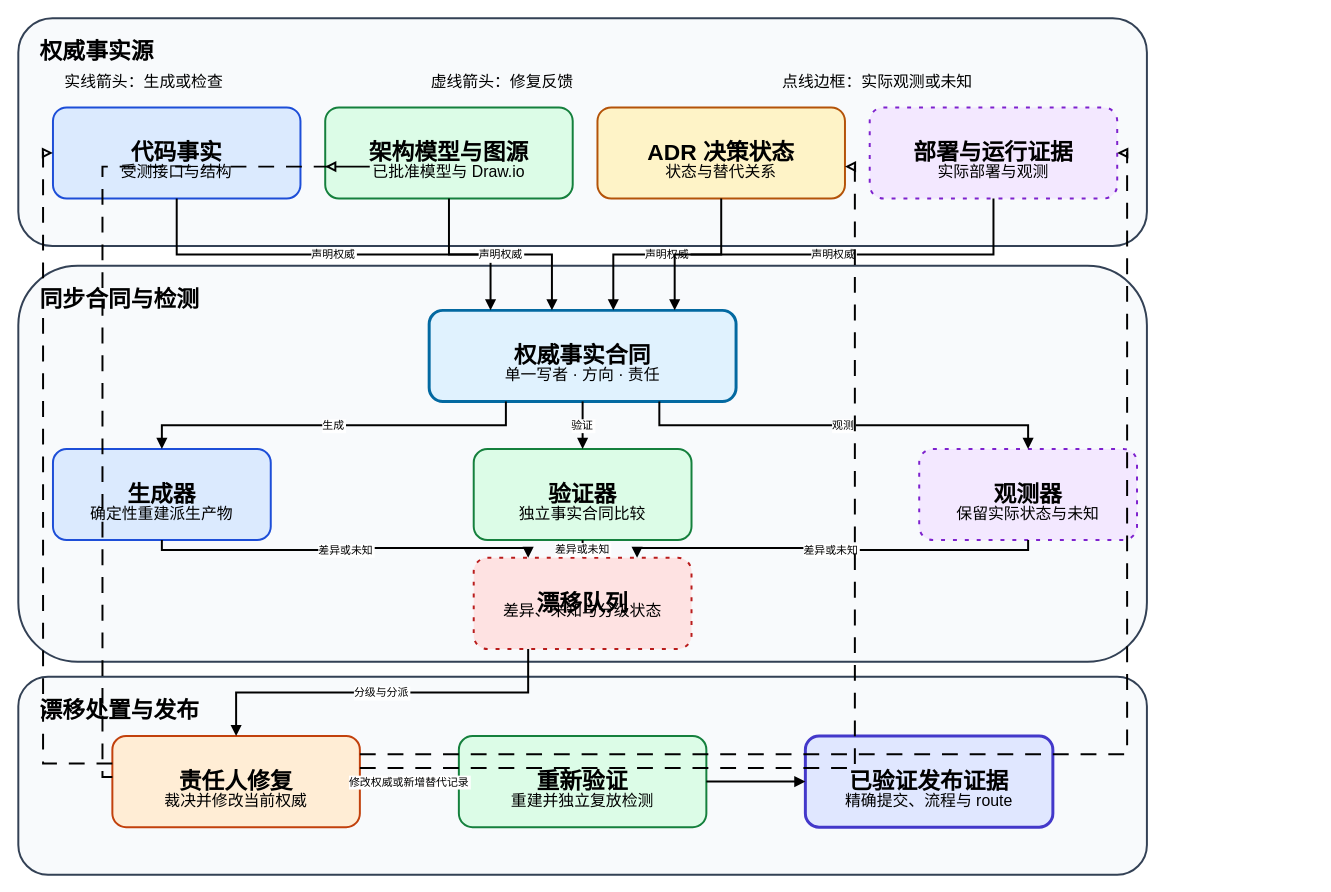
This is diagrams/mod-13-authority-drift-loop.drawio from sealday/tego-arch, a draw.io file, before an edit. Source tidied: cells renumbered, new cells numbered last; positions are measured from the earlier drawing's top-left corner, leaving out a move shared by most shapes. Both pictures are drawn from the tidied source at 99%, with x=0, y=0 at pixel (18, 18).
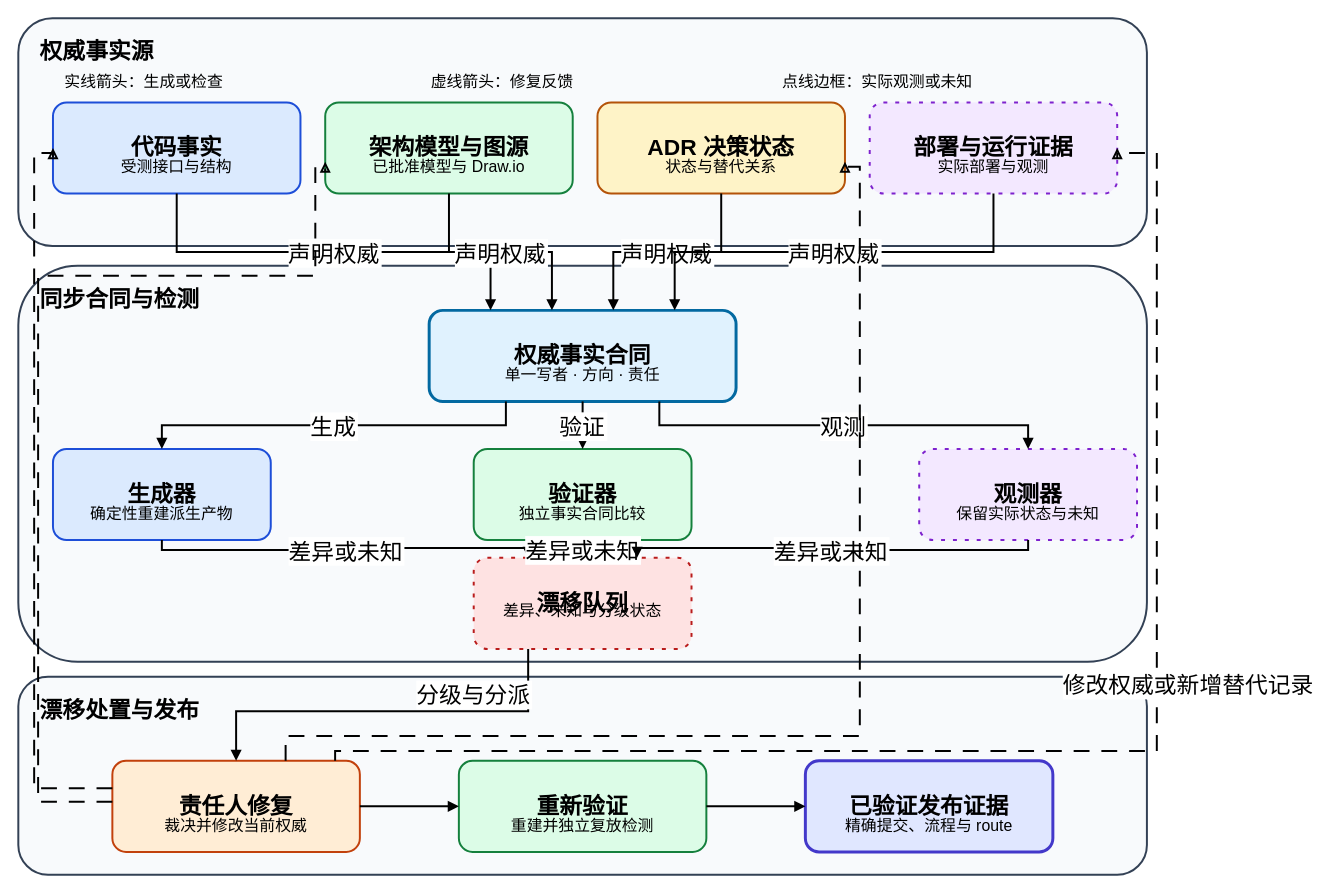
After the change.

The change refers to these unchanged cells:
```xml
<mxCell id="13" value="权威事实合同" style="rounded=1;whiteSpace=wrap;html=0;fillColor=#e0f2fe;strokeColor=#0369a1;strokeWidth=3;fontSize=23;fontStyle=1;" parent="1" vertex="1">
  <mxGeometry x="415" y="295" width="310" height="92" as="geometry" />
</mxCell>
<mxCell id="15" value="生成器" style="rounded=1;whiteSpace=wrap;html=0;fillColor=#dbeafe;strokeColor=#1d4ed8;strokeWidth=2;fontSize=23;fontStyle=1;" parent="1" vertex="1">
  <mxGeometry x="35" y="435" width="220" height="92" as="geometry" />
</mxCell>
<mxCell id="17" value="验证器" style="rounded=1;whiteSpace=wrap;html=0;fillColor=#dcfce7;strokeColor=#15803d;strokeWidth=2;fontSize=23;fontStyle=1;" parent="1" vertex="1">
  <mxGeometry x="460" y="435" width="220" height="92" as="geometry" />
</mxCell>
<mxCell id="19" value="观测器" style="rounded=1;whiteSpace=wrap;html=0;fillColor=#f3e8ff;strokeColor=#7e22ce;strokeWidth=2;dashed=1;dashPattern=2 4;fontSize=23;fontStyle=1;" parent="1" vertex="1">
  <mxGeometry x="910" y="435" width="220" height="92" as="geometry" />
</mxCell>
<mxCell id="21" value="漂移队列" style="rounded=1;whiteSpace=wrap;html=0;fillColor=#fee2e2;strokeColor=#b91c1c;strokeWidth=2;dashed=1;dashPattern=2 4;fontSize=23;fontStyle=1;" parent="1" vertex="1">
  <mxGeometry x="460" y="545" width="220" height="92" as="geometry" />
</mxCell>
```

Diff of the diagram source:
```diff
@@
     <mxCell id="5" value="代码事实" style="rounded=1;whiteSpace=wrap;html=0;fillColor=#dbeafe;strokeColor=#1d4ed8;strokeWidth=2;fontSize=23;fontStyle=1;" parent="1" vertex="1">
-      <mxGeometry x="35" y="90" width="250" height="92" as="geometry" />
+      <mxGeometry x="35" y="85" width="250" height="92" as="geometry" />
     </mxCell>
     <mxCell id="6" value="受测接口与结构" style="text;html=0;strokeColor=none;fillColor=none;fontSize=16;align=center;verticalAlign=middle;" parent="1" vertex="1">
-      <mxGeometry x="59" y="144" width="202" height="20" as="geometry" />
+      <mxGeometry x="59" y="139" width="202" height="20" as="geometry" />
     </mxCell>
     <mxCell id="7" value="架构模型与图源" style="rounded=1;whiteSpace=wrap;html=0;fillColor=#dcfce7;strokeColor=#15803d;strokeWidth=2;fontSize=23;fontStyle=1;" parent="1" vertex="1">
-      <mxGeometry x="310" y="90" width="250" height="92" as="geometry" />
+      <mxGeometry x="310" y="85" width="250" height="92" as="geometry" />
     </mxCell>
     <mxCell id="8" value="已批准模型与 Draw.io" style="text;html=0;strokeColor=none;fillColor=none;fontSize=16;align=center;verticalAlign=middle;" parent="1" vertex="1">
-      <mxGeometry x="334" y="144" width="202" height="20" as="geometry" />
+      <mxGeometry x="334" y="139" width="202" height="20" as="geometry" />
     </mxCell>
     <mxCell id="9" value="ADR 决策状态" style="rounded=1;whiteSpace=wrap;html=0;fillColor=#fef3c7;strokeColor=#b45309;strokeWidth=2;fontSize=23;fontStyle=1;" parent="1" vertex="1">
-      <mxGeometry x="585" y="90" width="250" height="92" as="geometry" />
+      <mxGeometry x="585" y="85" width="250" height="92" as="geometry" />
     </mxCell>
     <mxCell id="10" value="状态与替代关系" style="text;html=0;strokeColor=none;fillColor=none;fontSize=16;align=center;verticalAlign=middle;" parent="1" vertex="1">
-      <mxGeometry x="609" y="144" width="202" height="20" as="geometry" />
+      <mxGeometry x="609" y="139" width="202" height="20" as="geometry" />
     </mxCell>
     <mxCell id="11" value="部署与运行证据" style="rounded=1;whiteSpace=wrap;html=0;fillColor=#f3e8ff;strokeColor=#7e22ce;strokeWidth=2;dashed=1;dashPattern=2 4;fontSize=23;fontStyle=1;" parent="1" vertex="1">
-      <mxGeometry x="860" y="90" width="250" height="92" as="geometry" />
+      <mxGeometry x="860" y="85" width="250" height="92" as="geometry" />
     </mxCell>
     <mxCell id="12" value="实际部署与观测" style="text;html=0;strokeColor=none;fillColor=none;fontSize=16;align=center;verticalAlign=middle;" parent="1" vertex="1">
-      <mxGeometry x="884" y="144" width="202" height="20" as="geometry" />
+      <mxGeometry x="884" y="139" width="202" height="20" as="geometry" />
     </mxCell>
@@
     <mxCell id="23" value="责任人修复" style="rounded=1;whiteSpace=wrap;html=0;fillColor=#ffedd5;strokeColor=#c2410c;strokeWidth=2;fontSize=23;fontStyle=1;" parent="1" vertex="1">
-      <mxGeometry x="95" y="725" width="250" height="92" as="geometry" />
+      <mxGeometry x="95" y="750" width="250" height="92" as="geometry" />
     </mxCell>
     <mxCell id="24" value="裁决并修改当前权威" style="text;html=0;strokeColor=none;fillColor=none;fontSize=16;align=center;verticalAlign=middle;" parent="1" vertex="1">
-      <mxGeometry x="119" y="779" width="202" height="20" as="geometry" />
+      <mxGeometry x="119" y="804" width="202" height="20" as="geometry" />
     </mxCell>
     <mxCell id="25" value="重新验证" style="rounded=1;whiteSpace=wrap;html=0;fillColor=#dcfce7;strokeColor=#15803d;strokeWidth=2;fontSize=23;fontStyle=1;" parent="1" vertex="1">
-      <mxGeometry x="445" y="725" width="250" height="92" as="geometry" />
+      <mxGeometry x="445" y="750" width="250" height="92" as="geometry" />
     </mxCell>
     <mxCell id="26" value="重建并独立复放检测" style="text;html=0;strokeColor=none;fillColor=none;fontSize=16;align=center;verticalAlign=middle;" parent="1" vertex="1">
-      <mxGeometry x="469" y="779" width="202" height="20" as="geometry" />
+      <mxGeometry x="469" y="804" width="202" height="20" as="geometry" />
     </mxCell>
     <mxCell id="27" value="已验证发布证据" style="rounded=1;whiteSpace=wrap;html=0;fillColor=#e0e7ff;strokeColor=#4338ca;strokeWidth=3;fontSize=23;fontStyle=1;" parent="1" vertex="1">
-      <mxGeometry x="795" y="725" width="250" height="92" as="geometry" />
+      <mxGeometry x="795" y="750" width="250" height="92" as="geometry" />
     </mxCell>
     <mxCell id="28" value="精确提交、流程与 route" style="text;html=0;strokeColor=none;fillColor=none;fontSize=16;align=center;verticalAlign=middle;" parent="1" vertex="1">
-      <mxGeometry x="819" y="779" width="202" height="20" as="geometry" />
+      <mxGeometry x="819" y="804" width="202" height="20" as="geometry" />
     </mxCell>
-    <mxCell id="29" value="声明权威" style="edgeStyle=orthogonalEdgeStyle;rounded=0;jettySize=auto;html=0;endArrow=block;endFill=1;strokeWidth=2;exitX=0.5;exitY=1;entryX=0.2;entryY=0;" parent="1" edge="1" source="5" target="13">
+    <mxCell id="29" value="声明权威" style="edgeStyle=orthogonalEdgeStyle;rounded=0;jettySize=auto;html=0;endArrow=block;endFill=1;strokeWidth=2;fontSize=23;exitX=0.5;exitY=1;entryX=0.2;entryY=0;" parent="1" edge="1" source="5" target="13">
       <mxGeometry relative="1" as="geometry" />
     </mxCell>
-    <mxCell id="30" value="声明权威" style="edgeStyle=orthogonalEdgeStyle;rounded=0;jettySize=auto;html=0;endArrow=block;endFill=1;strokeWidth=2;exitX=0.5;exitY=1;entryX=0.4;entryY=0;" parent="1" edge="1" source="7" target="13">
+    <mxCell id="30" value="声明权威" style="edgeStyle=orthogonalEdgeStyle;rounded=0;jettySize=auto;html=0;endArrow=block;endFill=1;strokeWidth=2;fontSize=23;exitX=0.5;exitY=1;entryX=0.4;entryY=0;" parent="1" edge="1" source="7" target="13">
       <mxGeometry relative="1" as="geometry" />
     </mxCell>
-    <mxCell id="31" value="声明权威" style="edgeStyle=orthogonalEdgeStyle;rounded=0;jettySize=auto;html=0;endArrow=block;endFill=1;strokeWidth=2;exitX=0.5;exitY=1;entryX=0.6;entryY=0;" parent="1" edge="1" source="9" target="13">
+    <mxCell id="31" value="声明权威" style="edgeStyle=orthogonalEdgeStyle;rounded=0;jettySize=auto;html=0;endArrow=block;endFill=1;strokeWidth=2;fontSize=23;exitX=0.5;exitY=1;entryX=0.6;entryY=0;" parent="1" edge="1" source="9" target="13">
       <mxGeometry relative="1" as="geometry" />
     </mxCell>
-    <mxCell id="32" value="声明权威" style="edgeStyle=orthogonalEdgeStyle;rounded=0;jettySize=auto;html=0;endArrow=block;endFill=1;strokeWidth=2;exitX=0.5;exitY=1;entryX=0.8;entryY=0;" parent="1" edge="1" source="11" target="13">
+    <mxCell id="32" value="声明权威" style="edgeStyle=orthogonalEdgeStyle;rounded=0;jettySize=auto;html=0;endArrow=block;endFill=1;strokeWidth=2;fontSize=23;exitX=0.5;exitY=1;entryX=0.8;entryY=0;" parent="1" edge="1" source="11" target="13">
       <mxGeometry relative="1" as="geometry" />
     </mxCell>
-    <mxCell id="33" value="生成" style="edgeStyle=orthogonalEdgeStyle;rounded=0;html=0;endArrow=block;endFill=1;strokeWidth=2;exitX=0.25;exitY=1;entryX=0.5;entryY=0;" parent="1" edge="1" source="13" target="15">
+    <mxCell id="33" value="生成" style="edgeStyle=orthogonalEdgeStyle;rounded=0;html=0;endArrow=block;endFill=1;strokeWidth=2;fontSize=23;exitX=0.25;exitY=1;entryX=0.5;entryY=0;" parent="1" edge="1" source="13" target="15">
       <mxGeometry relative="1" as="geometry" />
     </mxCell>
-    <mxCell id="34" value="验证" style="edgeStyle=orthogonalEdgeStyle;rounded=0;html=0;endArrow=block;endFill=1;strokeWidth=2;exitX=0.5;exitY=1;entryX=0.5;entryY=0;" parent="1" edge="1" source="13" target="17">
+    <mxCell id="34" value="验证" style="edgeStyle=orthogonalEdgeStyle;rounded=0;html=0;endArrow=block;endFill=1;strokeWidth=2;fontSize=23;exitX=0.5;exitY=1;entryX=0.5;entryY=0;" parent="1" edge="1" source="13" target="17">
       <mxGeometry relative="1" as="geometry" />
     </mxCell>
-    <mxCell id="35" value="观测" style="edgeStyle=orthogonalEdgeStyle;rounded=0;html=0;endArrow=block;endFill=1;strokeWidth=2;exitX=0.75;exitY=1;entryX=0.5;entryY=0;" parent="1" edge="1" source="13" target="19">
+    <mxCell id="35" value="观测" style="edgeStyle=orthogonalEdgeStyle;rounded=0;html=0;endArrow=block;endFill=1;strokeWidth=2;fontSize=23;exitX=0.75;exitY=1;entryX=0.5;entryY=0;" parent="1" edge="1" source="13" target="19">
       <mxGeometry relative="1" as="geometry" />
     </mxCell>
-    <mxCell id="36" value="差异或未知" style="edgeStyle=orthogonalEdgeStyle;rounded=0;html=0;endArrow=block;endFill=1;strokeWidth=2;exitX=0.5;exitY=1;entryX=0.25;entryY=0;" parent="1" edge="1" source="15" target="21">
+    <mxCell id="36" value="差异或未知" style="edgeStyle=orthogonalEdgeStyle;rounded=0;html=0;endArrow=block;endFill=1;strokeWidth=2;fontSize=23;exitX=0.5;exitY=1;entryX=0.25;entryY=0;" parent="1" edge="1" source="15" target="21">
       <mxGeometry relative="1" as="geometry" />
     </mxCell>
-    <mxCell id="37" value="差异或未知" style="edgeStyle=orthogonalEdgeStyle;rounded=0;html=0;endArrow=block;endFill=1;strokeWidth=2;exitX=0.5;exitY=1;entryX=0.5;entryY=0;" parent="1" edge="1" source="17" target="21">
+    <mxCell id="37" value="差异或未知" style="edgeStyle=orthogonalEdgeStyle;rounded=0;html=0;endArrow=block;endFill=1;strokeWidth=2;fontSize=23;exitX=0.5;exitY=1;entryX=0.5;entryY=0;" parent="1" edge="1" source="17" target="21">
       <mxGeometry relative="1" as="geometry" />
     </mxCell>
-    <mxCell id="38" value="差异或未知" style="edgeStyle=orthogonalEdgeStyle;rounded=0;html=0;endArrow=block;endFill=1;strokeWidth=2;exitX=0.5;exitY=1;entryX=0.75;entryY=0;" parent="1" edge="1" source="19" target="21">
+    <mxCell id="38" value="差异或未知" style="edgeStyle=orthogonalEdgeStyle;rounded=0;html=0;endArrow=block;endFill=1;strokeWidth=2;fontSize=23;exitX=0.5;exitY=1;entryX=0.75;entryY=0;" parent="1" edge="1" source="19" target="21">
       <mxGeometry relative="1" as="geometry" />
     </mxCell>
-    <mxCell id="39" value="分级与分派" style="edgeStyle=orthogonalEdgeStyle;rounded=0;html=0;endArrow=block;endFill=1;strokeWidth=2;exitX=0.25;exitY=1;entryX=0.5;entryY=0;" parent="1" edge="1" source="21" target="23">
-      <mxGeometry relative="1" as="geometry" />
+    <mxCell id="39" value="分级与分派" style="edgeStyle=orthogonalEdgeStyle;rounded=0;html=0;endArrow=block;endFill=1;strokeWidth=2;fontSize=23;exitX=0.25;exitY=1;entryX=0.5;entryY=0;" parent="1" edge="1" source="21" target="23">
+      <mxGeometry x="-0.42" y="-18" relative="1" as="geometry">
+        <Array as="points">
+          <mxPoint x="515" y="700" />
+          <mxPoint x="220" y="700" />
+        </Array>
+      </mxGeometry>
     </mxCell>
-    <mxCell id="40" value="修改权威或新增替代记录" style="edgeStyle=orthogonalEdgeStyle;rounded=0;html=0;endArrow=block;endFill=1;strokeWidth=2;exitX=1;exitY=0.5;entryX=0;entryY=0.5;" parent="1" edge="1" source="23" target="25">
+    <mxCell id="40" style="edgeStyle=orthogonalEdgeStyle;rounded=0;html=0;endArrow=block;endFill=1;strokeWidth=2;fontSize=23;exitX=1;exitY=0.5;entryX=0;entryY=0.5;" parent="1" edge="1" source="23" target="25">
       <mxGeometry relative="1" as="geometry" />
     </mxCell>
-    <mxCell id="41" style="edgeStyle=orthogonalEdgeStyle;rounded=0;html=0;endArrow=block;endFill=1;strokeWidth=2;exitX=1;exitY=0.5;entryX=0;entryY=0.5;" parent="1" edge="1" source="25" target="27">
+    <mxCell id="41" style="edgeStyle=orthogonalEdgeStyle;rounded=0;html=0;endArrow=block;endFill=1;strokeWidth=2;fontSize=23;exitX=1;exitY=0.5;entryX=0;entryY=0.5;" parent="1" edge="1" source="25" target="27">
       <mxGeometry relative="1" as="geometry" />
     </mxCell>
-    <mxCell id="42" style="edgeStyle=orthogonalEdgeStyle;dashed=1;dashPattern=8 6;rounded=0;html=0;endArrow=block;endFill=0;strokeWidth=2;exitX=0;exitY=0.3;entryX=0;entryY=0.5;" parent="1" edge="1" source="23" target="5">
-      <mxGeometry relative="1" as="geometry" />
+    <mxCell id="42" style="edgeStyle=orthogonalEdgeStyle;dashed=1;dashPattern=8 6;rounded=0;html=0;endArrow=block;endFill=0;strokeWidth=2;fontSize=23;exitX=0;exitY=0.3;entryX=0;entryY=0.5;" parent="1" edge="1" source="23" target="5">
+      <mxGeometry relative="1" as="geometry">
+        <Array as="points">
+          <mxPoint x="16" y="778" />
+          <mxPoint x="16" y="136" />
+        </Array>
+      </mxGeometry>
     </mxCell>
-    <mxCell id="43" style="edgeStyle=orthogonalEdgeStyle;dashed=1;dashPattern=8 6;rounded=0;html=0;endArrow=block;endFill=0;strokeWidth=2;exitX=0;exitY=0.45;entryX=0;entryY=0.65;" parent="1" edge="1" source="23" target="7">
-      <mxGeometry relative="1" as="geometry" />
+    <mxCell id="43" style="edgeStyle=orthogonalEdgeStyle;dashed=1;dashPattern=8 6;rounded=0;html=0;endArrow=block;endFill=0;strokeWidth=2;fontSize=23;exitX=0;exitY=0.45;entryX=0;entryY=0.65;" parent="1" edge="1" source="23" target="7">
+      <mxGeometry relative="1" as="geometry">
+        <Array as="points">
+          <mxPoint x="20" y="792" />
+          <mxPoint x="20" y="260" />
+          <mxPoint x="300" y="260" />
+          <mxPoint x="300" y="150" />
+        </Array>
+      </mxGeometry>
     </mxCell>
-    <mxCell id="44" style="edgeStyle=orthogonalEdgeStyle;dashed=1;dashPattern=8 6;rounded=0;html=0;endArrow=block;endFill=0;strokeWidth=2;exitX=1;exitY=0.35;entryX=1;entryY=0.65;" parent="1" edge="1" source="23" target="9">
-      <mxGeometry relative="1" as="geometry" />
+    <mxCell id="44" style="edgeStyle=orthogonalEdgeStyle;dashed=1;dashPattern=8 6;rounded=0;html=0;endArrow=block;endFill=0;strokeWidth=2;fontSize=23;exitX=0.7;exitY=0;entryX=1;entryY=0.65;" parent="1" edge="1" source="23" target="9">
+      <mxGeometry relative="1" as="geometry">
+        <Array as="points">
+          <mxPoint x="270" y="725" />
+          <mxPoint x="850" y="725" />
+          <mxPoint x="850" y="150" />
+        </Array>
+      </mxGeometry>
     </mxCell>
-    <mxCell id="45" style="edgeStyle=orthogonalEdgeStyle;dashed=1;dashPattern=8 6;rounded=0;html=0;endArrow=block;endFill=0;strokeWidth=2;exitX=1;exitY=0.2;entryX=1;entryY=0.5;" parent="1" edge="1" source="23" target="11">
-      <mxGeometry relative="1" as="geometry" />
+    <mxCell id="45" value="修改权威或新增替代记录" style="edgeStyle=orthogonalEdgeStyle;dashed=1;dashPattern=8 6;rounded=0;html=0;endArrow=block;endFill=0;strokeWidth=2;fontSize=23;exitX=0.9;exitY=0;entryX=1;entryY=0.5;" parent="1" edge="1" source="23" target="11">
+      <mxGeometry x="0.22" y="-32" relative="1" as="geometry">
+        <Array as="points">
+          <mxPoint x="320" y="740" />
+          <mxPoint x="1150" y="740" />
+          <mxPoint x="1150" y="136" />
+        </Array>
+      </mxGeometry>
     </mxCell>
```
